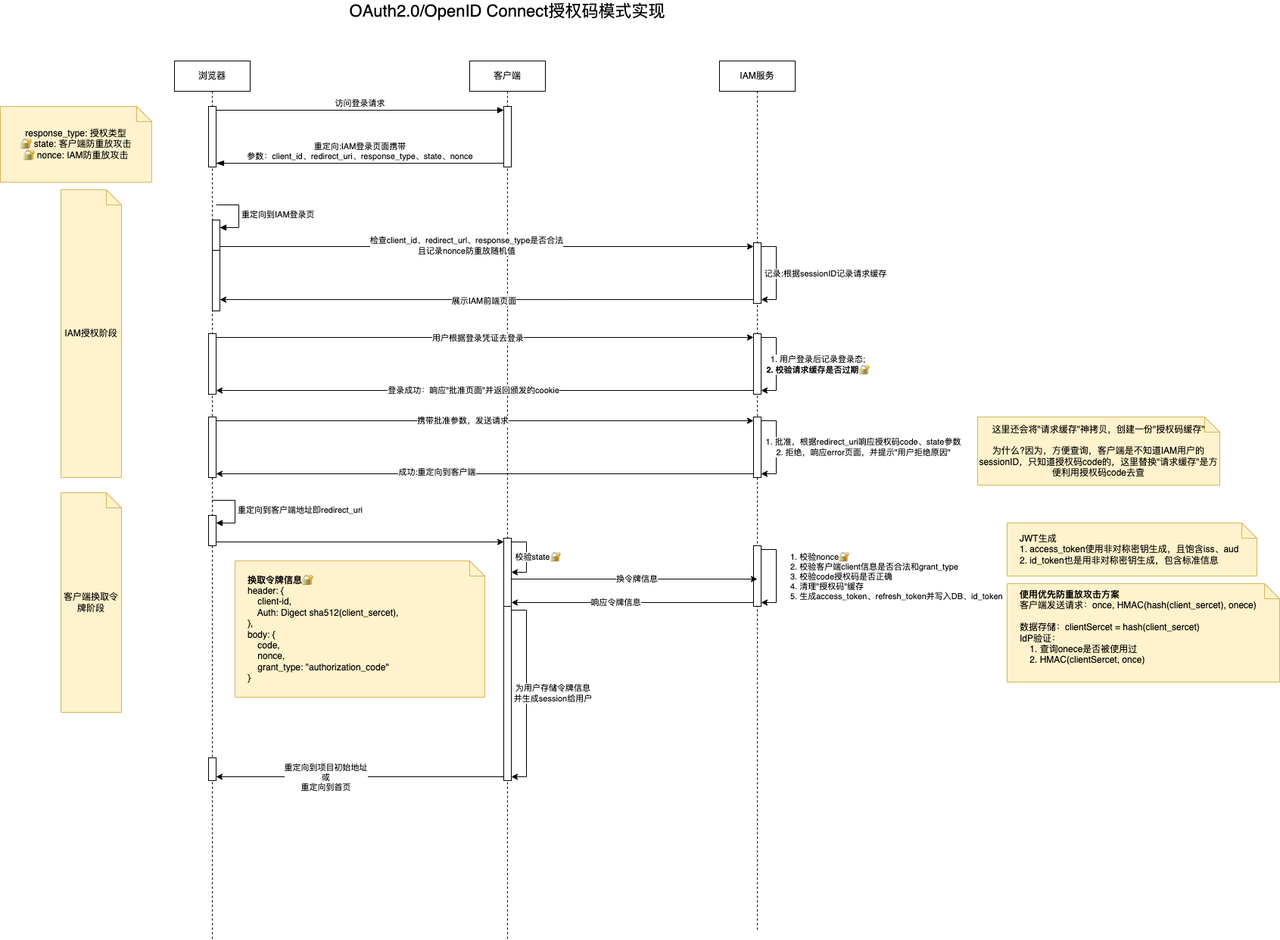
Above: IAM实现.drawio.png in JYbill/draw (draw.io), before the change. Source tidied: cells renumbered, new cells last; positions are measured from the earlier drawing's top-left corner, leaving out a move shared by most shapes.
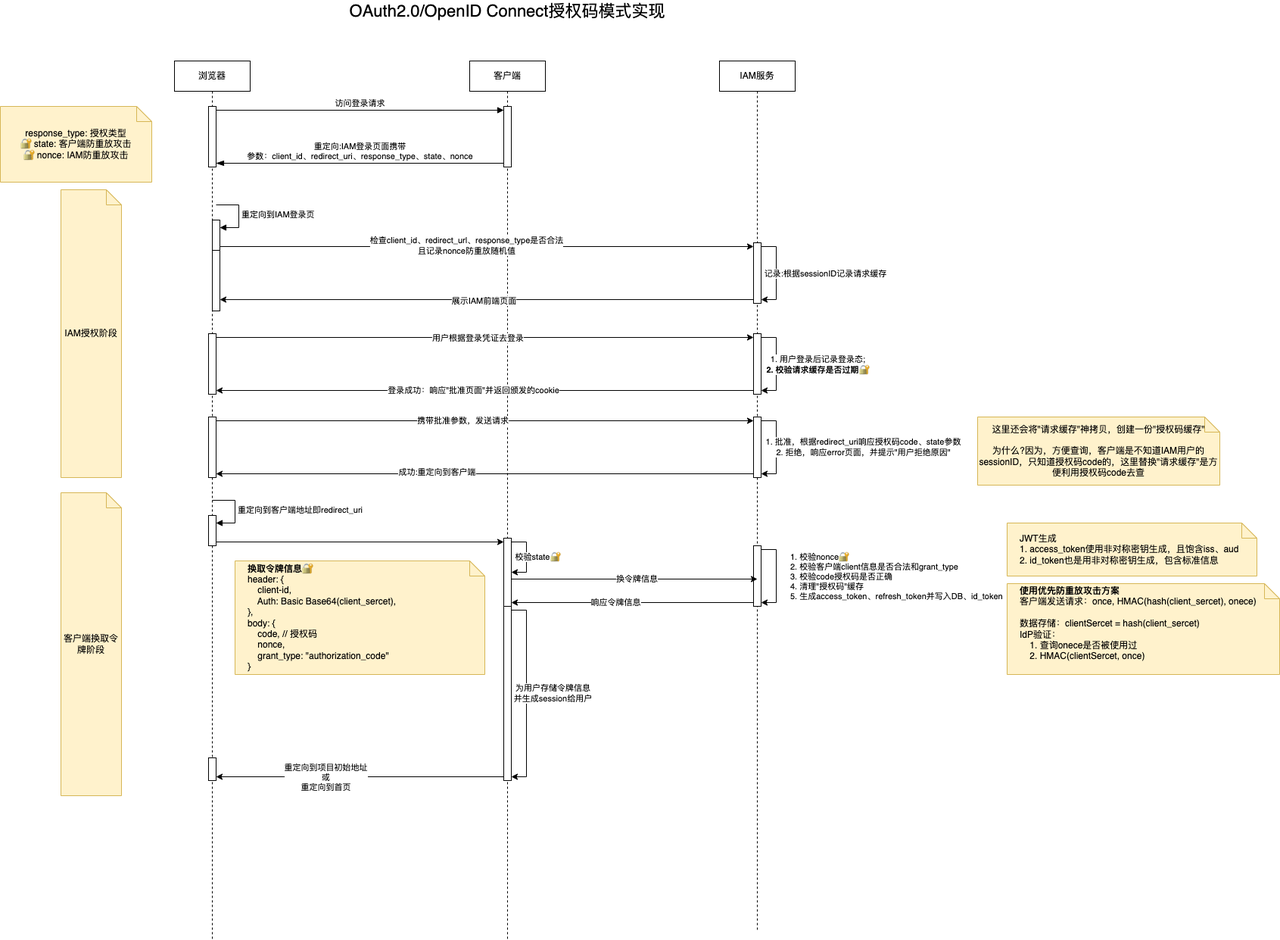
Above is the later version.

Change to the diagram source:
```diff
@@ -183,7 +183,7 @@
       </mxGeometry>
     </mxCell>
     <mxCell id="54" value="客户端换取令牌阶段" style="shape=note;size=20;whiteSpace=wrap;html=1;fillColor=#fff2cc;strokeColor=#d6b656;" parent="1" vertex="1">
-      <mxGeometry x="80" y="650" width="80" height="290" as="geometry" />
+      <mxGeometry x="80" y="650" width="80" height="400" as="geometry" />
     </mxCell>
     <mxCell id="55" style="edgeStyle=orthogonalEdgeStyle;rounded=0;jettySize=auto;html=1;curved=0;exitX=0;exitY=1;exitDx=0;exitDy=-5;exitPerimeter=0;entryX=1;entryY=1;entryDx=0;entryDy=-5;entryPerimeter=0;" parent="1" edge="1" source="15" target="11">
       <mxGeometry relative="1" as="geometry" />
@@ -199,11 +199,11 @@
         <mxPoint x="2" y="2" as="offset" />
       </mxGeometry>
     </mxCell>
-    <mxCell id="59" value="&lt;b&gt;换取令牌信息🔐&lt;/b&gt;&lt;br&gt;header: {&lt;br&gt;&amp;nbsp; &amp;nbsp; client-id,&lt;br&gt;&amp;nbsp; &amp;nbsp; Auth: Digect sha512(client_sercet),&lt;br&gt;},&lt;br&gt;body: { &lt;br&gt;&amp;nbsp; &amp;nbsp; code, &lt;br&gt;&amp;nbsp; &amp;nbsp; nonce,&lt;br&gt;&amp;nbsp; &amp;nbsp; grant_type: &quot;authorization_code&quot;&lt;br&gt;}" style="shape=note;size=20;whiteSpace=wrap;html=1;fillColor=#fff2cc;strokeColor=#d6b656;align=left;spacingLeft=15;" parent="1" vertex="1">
-      <mxGeometry x="310" y="740" width="330" height="180" as="geometry" />
+    <mxCell id="59" value="&lt;b&gt;换取令牌信息🔐&lt;/b&gt;&lt;br&gt;header: {&lt;br&gt;&amp;nbsp; &amp;nbsp; client-id,&lt;br&gt;&amp;nbsp; &amp;nbsp; Auth: Basic Base64(client_sercet),&lt;br&gt;},&lt;br&gt;body: { &lt;br&gt;&amp;nbsp; &amp;nbsp; code, // 授权码&lt;br&gt;&amp;nbsp; &amp;nbsp; nonce,&lt;br&gt;&amp;nbsp; &amp;nbsp; grant_type: &quot;authorization_code&quot;&lt;br&gt;}" style="shape=note;size=20;whiteSpace=wrap;html=1;fillColor=#fff2cc;strokeColor=#d6b656;align=left;spacingLeft=15;" parent="1" vertex="1">
+      <mxGeometry x="310" y="740" width="330" height="150" as="geometry" />
     </mxCell>
     <mxCell id="60" value="&lt;b&gt;使用优先防重放攻击方案&lt;br&gt;&lt;/b&gt;客户端发送请求：once, HMAC(hash(client_sercet), onece)&lt;b&gt;&lt;br&gt;&lt;br&gt;&lt;/b&gt;&lt;div&gt;数据存储：clientSercet = hash(client_sercet)&lt;br&gt;IdP验证：&lt;br&gt;&amp;nbsp; &amp;nbsp; 1. 查询onece是否被使用过&lt;br&gt;&amp;nbsp; &amp;nbsp; 2. HMAC(clientSercet, once)&lt;br&gt;&lt;br&gt;&lt;/div&gt;" style="shape=note;size=20;whiteSpace=wrap;html=1;fillColor=#fff2cc;strokeColor=#d6b656;align=left;spacingLeft=15;" parent="1" vertex="1">
-      <mxGeometry x="1330" y="770" width="360" height="130" as="geometry" />
+      <mxGeometry x="1330" y="770" width="360" height="120" as="geometry" />
     </mxCell>
     <mxCell id="61" value="JWT生成&lt;br&gt;1. access_token使用非对称密钥生成，且饱含iss、aud&lt;br&gt;2. id_token也是用非对称密钥生成，包含标准信息" style="shape=note;size=20;whiteSpace=wrap;html=1;fillColor=#fff2cc;strokeColor=#d6b656;align=left;spacingLeft=15;" parent="1" vertex="1">
       <mxGeometry x="1330" y="690" width="330" height="70" as="geometry" />
```
